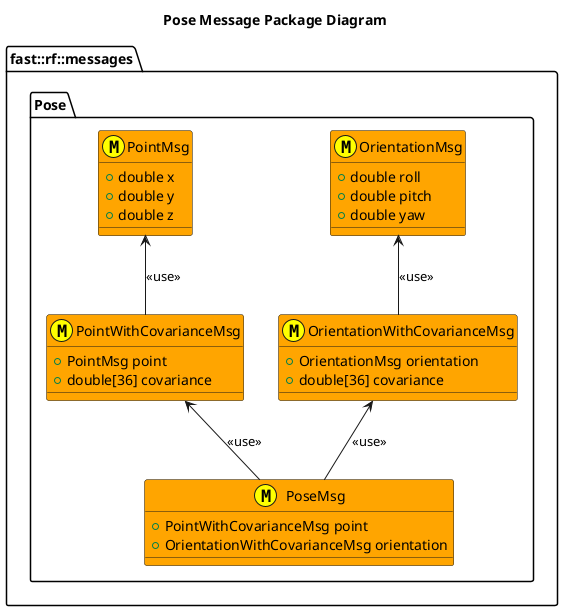
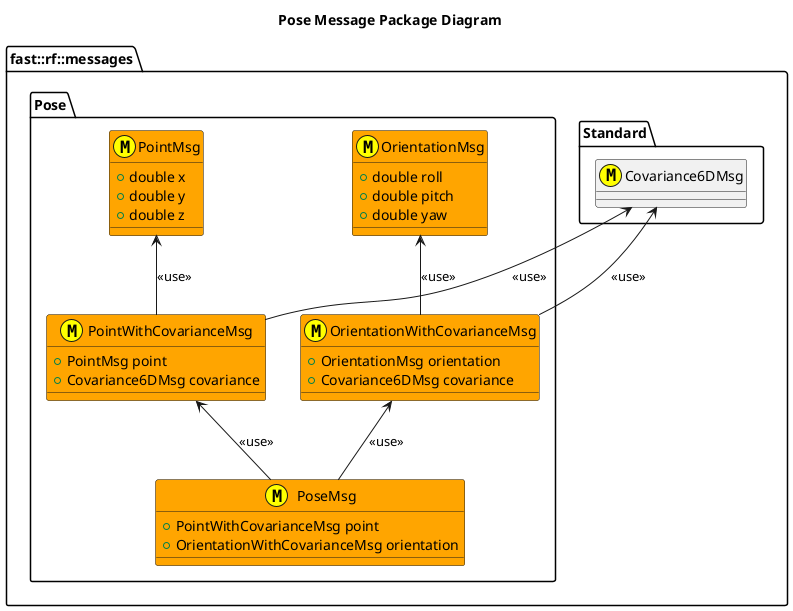
@startuml
title Pose Message Package Diagram

namespace fast::rf::messages {
+   namespace Standard {
+     class Covariance6DMsg <<(M,#FFFF00) >>
+   }
+ 
  namespace Pose  {
    struct PointMsg <<(M,#FFFF00) >> #Orange {
      +double x
      +double y
      +double z
    }
    struct PointWithCovarianceMsg <<(M,#FFFF00) >>  #Orange {
      +PointMsg point
-       +double[36] covariance
+       +Covariance6DMsg covariance
    }
    PointWithCovarianceMsg -up-> PointMsg: <<use>>
+     PointWithCovarianceMsg -up-> Covariance6DMsg: <<use>>
    struct OrientationMsg <<(M,#FFFF00) >> #Orange {
      +double roll
      +double pitch
      +double yaw
    }
    struct OrientationWithCovarianceMsg <<(M,#FFFF00) >> #Orange {
      +OrientationMsg orientation
-       +double[36] covariance
+       +Covariance6DMsg covariance
    }
    OrientationWithCovarianceMsg -up-> OrientationMsg: <<use>>
- 
+     OrientationWithCovarianceMsg -up-> Covariance6DMsg: <<use>>

    struct PoseMsg <<(M,#FFFF00) >> #Orange {
      +PointWithCovarianceMsg point
      +OrientationWithCovarianceMsg orientation
    }
    PoseMsg -up-> PointWithCovarianceMsg: <<use>>
    PoseMsg -up-> OrientationWithCovarianceMsg: <<use>>
  }
}
@enduml